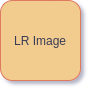
Before: system_structure.png, a diagram exported from draw.io (Howeng98/Demosaicing_SuperResolution). Source tidied: cells renumbered, new cells last; positions are measured from the earlier drawing's top-left corner, leaving out a move shared by most shapes. Its diagram source:
```xml
<mxGraphModel shadow="1">
  <root>
    <mxCell id="0" />
    <mxCell id="1" parent="0" />
    <mxCell id="2" value="LR Image" style="whiteSpace=wrap;html=1;fillColor=#F2CC8F;strokeColor=#E07A5F;fontColor=#393C56;rounded=1;" parent="1" vertex="1">
      <mxGeometry width="80" height="80" as="geometry" />
    </mxCell>
  </root>
</mxGraphModel>
```
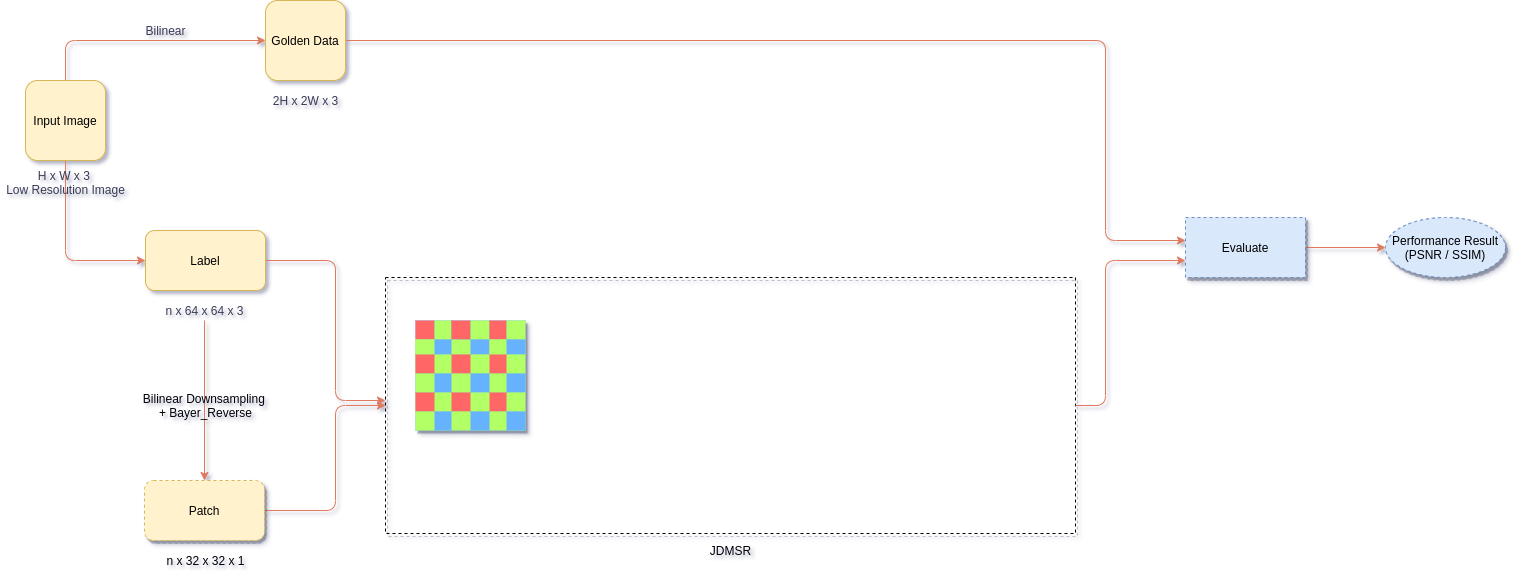
The same file after the commit.

The edit, as a diff of the source:
```diff
@@ -2,8 +2,231 @@
   <root>
     <mxCell id="0" />
     <mxCell id="1" parent="0" />
+    <mxCell id="3" style="whiteSpace=wrap;html=1;rounded=0;shadow=1;dashed=1;sketch=0;startSize=0;strokeColor=#000000;fillColor=none;gradientColor=none;" parent="1" vertex="1">
+      <mxGeometry x="360" y="197" width="690" height="256" as="geometry" />
+    </mxCell>
+    <mxCell id="4" style="edgeStyle=orthogonalEdgeStyle;rounded=1;jettySize=auto;html=1;fontColor=#393C56;strokeColor=#E07A5F;fillColor=#F2CC8F;" parent="1" edge="1" source="2" target="7">
+      <mxGeometry relative="1" as="geometry">
+        <Array as="points">
+          <mxPoint x="40" y="-40" />
+        </Array>
+      </mxGeometry>
+    </mxCell>
+    <mxCell id="5" style="edgeStyle=orthogonalEdgeStyle;rounded=1;jettySize=auto;html=1;fontColor=#393C56;strokeColor=#E07A5F;fillColor=#F2CC8F;" parent="1" edge="1" source="2" target="12">
+      <mxGeometry relative="1" as="geometry">
+        <Array as="points">
+          <mxPoint x="40" y="180" />
+        </Array>
+      </mxGeometry>
+    </mxCell>
-    <mxCell id="2" value="LR Image" style="whiteSpace=wrap;html=1;fillColor=#F2CC8F;strokeColor=#E07A5F;fontColor=#393C56;rounded=1;" parent="1" vertex="1">
+    <mxCell id="2" value="Input Image" style="whiteSpace=wrap;html=1;fillColor=#fff2cc;strokeColor=#d6b656;rounded=1;" parent="1" vertex="1">
       <mxGeometry width="80" height="80" as="geometry" />
     </mxCell>
+    <mxCell id="6" style="edgeStyle=orthogonalEdgeStyle;rounded=1;jettySize=auto;html=1;fontColor=#393C56;startSize=0;strokeColor=#E07A5F;fillColor=#F2CC8F;" parent="1" edge="1" source="7">
+      <mxGeometry relative="1" as="geometry">
+        <mxPoint x="1160" y="160" as="targetPoint" />
+        <Array as="points">
+          <mxPoint x="1080" y="-40" />
+          <mxPoint x="1080" y="160" />
+        </Array>
+      </mxGeometry>
+    </mxCell>
+    <mxCell id="7" value="Golden Data" style="whiteSpace=wrap;html=1;fillColor=#fff2cc;strokeColor=#d6b656;rounded=1;" parent="1" vertex="1">
+      <mxGeometry x="240" y="-80" width="80" height="80" as="geometry" />
+    </mxCell>
+    <mxCell id="8" value="Bilinear" style="text;html=1;align=center;verticalAlign=middle;fillColor=none;strokeColor=none;rounded=0;fontColor=#393C56;" parent="1" vertex="1">
+      <mxGeometry x="110" y="-60" width="60" height="20" as="geometry" />
+    </mxCell>
+    <mxCell id="9" value="H x W x 3 &lt;br&gt;Low Resolution Image" style="text;html=1;align=center;verticalAlign=middle;fillColor=none;strokeColor=none;rounded=0;fontColor=#393C56;" parent="1" vertex="1">
+      <mxGeometry x="-25" y="87" width="130" height="30" as="geometry" />
+    </mxCell>
+    <mxCell id="10" value="2H x 2W x 3" style="text;html=1;align=center;verticalAlign=middle;fillColor=none;strokeColor=none;rounded=0;fontColor=#393C56;" parent="1" vertex="1">
+      <mxGeometry x="240" y="10" width="80" height="20" as="geometry" />
+    </mxCell>
+    <mxCell id="11" style="edgeStyle=orthogonalEdgeStyle;rounded=1;jettySize=auto;html=1;fontColor=#393C56;strokeColor=#E07A5F;fillColor=#F2CC8F;" parent="1" edge="1" source="12">
+      <mxGeometry relative="1" as="geometry">
+        <mxPoint x="360" y="320" as="targetPoint" />
+        <Array as="points">
+          <mxPoint x="310" y="180" />
+          <mxPoint x="310" y="320" />
+        </Array>
+      </mxGeometry>
+    </mxCell>
+    <mxCell id="12" value="Label" style="rounded=1;whiteSpace=wrap;html=1;strokeColor=#d6b656;fillColor=#fff2cc;" parent="1" vertex="1">
+      <mxGeometry x="120" y="150" width="120" height="60" as="geometry" />
+    </mxCell>
+    <mxCell id="13" style="edgeStyle=orthogonalEdgeStyle;rounded=1;jettySize=auto;html=1;fontColor=#393C56;startSize=0;strokeColor=#E07A5F;fillColor=#F2CC8F;" parent="1" edge="1" source="14" target="59">
+      <mxGeometry relative="1" as="geometry" />
+    </mxCell>
+    <mxCell id="14" value="n x 64 x 64 x 3" style="text;html=1;align=center;verticalAlign=middle;points=[];fillColor=none;strokeColor=none;rounded=0;fontColor=#393C56;" parent="1" vertex="1">
+      <mxGeometry x="134" y="220" width="90" height="20" as="geometry" />
+    </mxCell>
+    <mxCell id="15" style="shape=table;html=1;whiteSpace=wrap;startSize=0;shadow=1;sketch=0;rounded=0;swimlaneFillColor=none;fillColor=#66B2FF;dashed=1;strokeColor=none;" parent="1" vertex="1">
+      <mxGeometry x="390" y="240" width="110" height="110" as="geometry" />
+    </mxCell>
+    <mxCell id="16" style="shape=partialRectangle;html=1;whiteSpace=wrap;fillColor=none;top=0;left=0;bottom=0;right=0;" parent="15" vertex="1">
+      <mxGeometry width="110" height="19" as="geometry" />
+    </mxCell>
+    <mxCell id="17" style="shape=partialRectangle;html=1;whiteSpace=wrap;overflow=hidden;top=0;left=0;bottom=0;right=0;strokeColor=#b85450;fillColor=#FF6666;" parent="16" vertex="1">
+      <mxGeometry width="19" height="19" as="geometry" />
+    </mxCell>
+    <mxCell id="18" style="shape=partialRectangle;html=1;whiteSpace=wrap;overflow=hidden;top=0;left=0;bottom=0;right=0;strokeColor=#82b366;fillColor=#B3FF66;" parent="16" vertex="1">
+      <mxGeometry x="19" width="17" height="19" as="geometry" />
+    </mxCell>
+    <mxCell id="19" style="shape=partialRectangle;html=1;whiteSpace=wrap;overflow=hidden;top=0;left=0;bottom=0;right=0;fillColor=#FF6666;" parent="16" vertex="1">
+      <mxGeometry x="36" width="19" height="19" as="geometry" />
+    </mxCell>
+    <mxCell id="20" style="shape=partialRectangle;html=1;whiteSpace=wrap;overflow=hidden;top=0;left=0;bottom=0;right=0;fillColor=#B3FF66;" parent="16" vertex="1">
+      <mxGeometry x="55" width="19" height="19" as="geometry" />
+    </mxCell>
+    <mxCell id="21" style="shape=partialRectangle;html=1;whiteSpace=wrap;overflow=hidden;top=0;left=0;bottom=0;right=0;fillColor=#FF6666;" parent="16" vertex="1">
+      <mxGeometry x="74" width="17" height="19" as="geometry" />
+    </mxCell>
+    <mxCell id="22" style="shape=partialRectangle;html=1;whiteSpace=wrap;overflow=hidden;top=0;left=0;bottom=0;right=0;fillColor=#B3FF66;" parent="16" vertex="1">
+      <mxGeometry x="91" width="19" height="19" as="geometry" />
+    </mxCell>
+    <mxCell id="23" style="shape=partialRectangle;html=1;whiteSpace=wrap;top=0;left=0;bottom=0;right=0;fillColor=#B3FF66;" parent="15" vertex="1">
+      <mxGeometry y="19" width="110" height="15" as="geometry" />
+    </mxCell>
+    <mxCell id="24" style="shape=partialRectangle;html=1;whiteSpace=wrap;overflow=hidden;top=0;left=0;bottom=0;right=0;strokeColor=#82b366;fillColor=#B3FF66;" parent="23" vertex="1">
+      <mxGeometry width="19" height="15" as="geometry" />
+    </mxCell>
+    <mxCell id="25" style="shape=partialRectangle;html=1;whiteSpace=wrap;overflow=hidden;top=0;left=0;bottom=0;right=0;strokeColor=#6c8ebf;fillColor=#66B2FF;" parent="23" vertex="1">
+      <mxGeometry x="19" width="17" height="15" as="geometry" />
+    </mxCell>
+    <mxCell id="26" style="shape=partialRectangle;html=1;whiteSpace=wrap;overflow=hidden;fillColor=none;top=0;left=0;bottom=0;right=0;" parent="23" vertex="1">
+      <mxGeometry x="36" width="19" height="15" as="geometry" />
+    </mxCell>
+    <mxCell id="27" style="shape=partialRectangle;html=1;whiteSpace=wrap;overflow=hidden;top=0;left=0;bottom=0;right=0;strokeColor=none;fillColor=#66B2FF;" parent="23" vertex="1">
+      <mxGeometry x="55" width="19" height="15" as="geometry" />
+    </mxCell>
+    <mxCell id="28" style="shape=partialRectangle;html=1;whiteSpace=wrap;overflow=hidden;top=0;left=0;bottom=0;right=0;fillColor=#B3FF66;strokeColor=none;" parent="23" vertex="1">
+      <mxGeometry x="74" width="17" height="15" as="geometry" />
+    </mxCell>
+    <mxCell id="29" style="shape=partialRectangle;html=1;whiteSpace=wrap;overflow=hidden;top=0;left=0;bottom=0;right=0;strokeColor=none;fillColor=#66B2FF;" parent="23" vertex="1">
+      <mxGeometry x="91" width="19" height="15" as="geometry" />
+    </mxCell>
+    <mxCell id="30" style="shape=partialRectangle;html=1;whiteSpace=wrap;top=0;left=0;bottom=0;right=0;strokeColor=none;fillColor=#B3FF66;" parent="15" vertex="1">
+      <mxGeometry y="34" width="110" height="19" as="geometry" />
+    </mxCell>
+    <mxCell id="31" style="shape=partialRectangle;html=1;whiteSpace=wrap;overflow=hidden;top=0;left=0;bottom=0;right=0;strokeColor=none;fillColor=#FF6666;" parent="30" vertex="1">
+      <mxGeometry width="19" height="19" as="geometry" />
+    </mxCell>
+    <mxCell id="32" style="shape=partialRectangle;html=1;whiteSpace=wrap;overflow=hidden;fillColor=none;top=0;left=0;bottom=0;right=0;" parent="30" vertex="1">
+      <mxGeometry x="19" width="17" height="19" as="geometry" />
+    </mxCell>
+    <mxCell id="33" style="shape=partialRectangle;html=1;whiteSpace=wrap;overflow=hidden;top=0;left=0;bottom=0;right=0;fillColor=#FF6666;" parent="30" vertex="1">
+      <mxGeometry x="36" width="19" height="19" as="geometry" />
+    </mxCell>
+    <mxCell id="34" style="shape=partialRectangle;html=1;whiteSpace=wrap;overflow=hidden;fillColor=none;top=0;left=0;bottom=0;right=0;" parent="30" vertex="1">
+      <mxGeometry x="55" width="19" height="19" as="geometry" />
+    </mxCell>
+    <mxCell id="35" style="shape=partialRectangle;html=1;whiteSpace=wrap;overflow=hidden;top=0;left=0;bottom=0;right=0;fillColor=#FF6666;" parent="30" vertex="1">
+      <mxGeometry x="74" width="17" height="19" as="geometry" />
+    </mxCell>
+    <mxCell id="36" style="shape=partialRectangle;html=1;whiteSpace=wrap;overflow=hidden;fillColor=none;top=0;left=0;bottom=0;right=0;" parent="30" vertex="1">
+      <mxGeometry x="91" width="19" height="19" as="geometry" />
+    </mxCell>
+    <mxCell id="37" style="shape=partialRectangle;html=1;whiteSpace=wrap;top=0;left=0;bottom=0;right=0;fillColor=#B3FF66;strokeColor=none;" parent="15" vertex="1">
+      <mxGeometry y="53" width="110" height="19" as="geometry" />
+    </mxCell>
+    <mxCell id="38" style="shape=partialRectangle;html=1;whiteSpace=wrap;overflow=hidden;fillColor=none;top=0;left=0;bottom=0;right=0;" parent="37" vertex="1">
+      <mxGeometry width="19" height="19" as="geometry" />
+    </mxCell>
+    <mxCell id="39" style="shape=partialRectangle;html=1;whiteSpace=wrap;overflow=hidden;top=0;left=0;bottom=0;right=0;fillColor=#66B2FF;" parent="37" vertex="1">
+      <mxGeometry x="19" width="17" height="19" as="geometry" />
+    </mxCell>
+    <mxCell id="40" style="shape=partialRectangle;html=1;whiteSpace=wrap;overflow=hidden;fillColor=none;top=0;left=0;bottom=0;right=0;strokeColor=none;" parent="37" vertex="1">
+      <mxGeometry x="36" width="19" height="19" as="geometry" />
+    </mxCell>
+    <mxCell id="41" style="shape=partialRectangle;html=1;whiteSpace=wrap;overflow=hidden;top=0;left=0;bottom=0;right=0;fillColor=#66B2FF;" parent="37" vertex="1">
+      <mxGeometry x="55" width="19" height="19" as="geometry" />
+    </mxCell>
+    <mxCell id="42" style="shape=partialRectangle;html=1;whiteSpace=wrap;overflow=hidden;fillColor=none;top=0;left=0;bottom=0;right=0;" parent="37" vertex="1">
+      <mxGeometry x="74" width="17" height="19" as="geometry" />
+    </mxCell>
+    <mxCell id="43" style="shape=partialRectangle;html=1;whiteSpace=wrap;overflow=hidden;top=0;left=0;bottom=0;right=0;fillColor=#66B2FF;" parent="37" vertex="1">
+      <mxGeometry x="91" width="19" height="19" as="geometry" />
+    </mxCell>
+    <mxCell id="44" style="shape=partialRectangle;html=1;whiteSpace=wrap;top=0;left=0;bottom=0;right=0;fillColor=#B3FF66;strokeColor=none;" parent="15" vertex="1">
+      <mxGeometry y="72" width="110" height="19" as="geometry" />
+    </mxCell>
+    <mxCell id="45" style="shape=partialRectangle;html=1;whiteSpace=wrap;overflow=hidden;top=0;left=0;bottom=0;right=0;fillColor=#FF6666;" parent="44" vertex="1">
+      <mxGeometry width="19" height="19" as="geometry" />
+    </mxCell>
+    <mxCell id="46" style="shape=partialRectangle;html=1;whiteSpace=wrap;overflow=hidden;fillColor=none;top=0;left=0;bottom=0;right=0;" parent="44" vertex="1">
+      <mxGeometry x="19" width="17" height="19" as="geometry" />
+    </mxCell>
+    <mxCell id="47" style="shape=partialRectangle;html=1;whiteSpace=wrap;overflow=hidden;top=0;left=0;bottom=0;right=0;fillColor=#FF6666;" parent="44" vertex="1">
+      <mxGeometry x="36" width="19" height="19" as="geometry" />
+    </mxCell>
+    <mxCell id="48" style="shape=partialRectangle;html=1;whiteSpace=wrap;overflow=hidden;fillColor=none;top=0;left=0;bottom=0;right=0;" parent="44" vertex="1">
+      <mxGeometry x="55" width="19" height="19" as="geometry" />
+    </mxCell>
+    <mxCell id="49" style="shape=partialRectangle;html=1;whiteSpace=wrap;overflow=hidden;top=0;left=0;bottom=0;right=0;fillColor=#FF6666;" parent="44" vertex="1">
+      <mxGeometry x="74" width="17" height="19" as="geometry" />
+    </mxCell>
+    <mxCell id="50" style="shape=partialRectangle;html=1;whiteSpace=wrap;overflow=hidden;fillColor=none;top=0;left=0;bottom=0;right=0;" parent="44" vertex="1">
+      <mxGeometry x="91" width="19" height="19" as="geometry" />
+    </mxCell>
+    <mxCell id="51" style="shape=partialRectangle;html=1;whiteSpace=wrap;top=0;left=0;bottom=0;right=0;strokeColor=none;fillColor=#B3FF66;" parent="15" vertex="1">
+      <mxGeometry y="91" width="110" height="19" as="geometry" />
+    </mxCell>
+    <mxCell id="52" style="shape=partialRectangle;html=1;whiteSpace=wrap;overflow=hidden;fillColor=none;top=0;left=0;bottom=0;right=0;" parent="51" vertex="1">
+      <mxGeometry width="19" height="19" as="geometry" />
+    </mxCell>
+    <mxCell id="53" style="shape=partialRectangle;html=1;whiteSpace=wrap;overflow=hidden;top=0;left=0;bottom=0;right=0;fillColor=#66B2FF;" parent="51" vertex="1">
+      <mxGeometry x="19" width="17" height="19" as="geometry" />
+    </mxCell>
+    <mxCell id="54" style="shape=partialRectangle;html=1;whiteSpace=wrap;overflow=hidden;fillColor=none;top=0;left=0;bottom=0;right=0;" parent="51" vertex="1">
+      <mxGeometry x="36" width="19" height="19" as="geometry" />
+    </mxCell>
+    <mxCell id="55" style="shape=partialRectangle;html=1;whiteSpace=wrap;overflow=hidden;top=0;left=0;bottom=0;right=0;fillColor=#66B2FF;" parent="51" vertex="1">
+      <mxGeometry x="55" width="19" height="19" as="geometry" />
+    </mxCell>
+    <mxCell id="56" style="shape=partialRectangle;html=1;whiteSpace=wrap;overflow=hidden;fillColor=none;top=0;left=0;bottom=0;right=0;" parent="51" vertex="1">
+      <mxGeometry x="74" width="17" height="19" as="geometry" />
+    </mxCell>
+    <mxCell id="57" style="shape=partialRectangle;html=1;whiteSpace=wrap;overflow=hidden;top=0;left=0;bottom=0;right=0;fillColor=#66B2FF;" parent="51" vertex="1">
+      <mxGeometry x="91" width="19" height="19" as="geometry" />
+    </mxCell>
+    <mxCell id="58" style="edgeStyle=orthogonalEdgeStyle;rounded=1;jettySize=auto;html=1;fontColor=#393C56;startSize=0;strokeColor=#E07A5F;fillColor=#F2CC8F;entryX=0;entryY=0.5;entryDx=0;entryDy=0;" parent="1" edge="1" source="59" target="3">
+      <mxGeometry relative="1" as="geometry">
+        <Array as="points">
+          <mxPoint x="310" y="430" />
+          <mxPoint x="310" y="325" />
+        </Array>
+      </mxGeometry>
+    </mxCell>
+    <mxCell id="59" value="Patch" style="whiteSpace=wrap;html=1;rounded=1;shadow=1;dashed=1;sketch=0;startSize=0;strokeColor=#d6b656;fillColor=#fff2cc;" parent="1" vertex="1">
+      <mxGeometry x="119" y="400" width="120" height="60" as="geometry" />
+    </mxCell>
+    <mxCell id="60" value="Bilinear Downsampling &lt;br&gt;+ Bayer_Reverse" style="text;html=1;align=center;verticalAlign=middle;rounded=0;shadow=1;dashed=1;sketch=0;startSize=0;" parent="1" vertex="1">
+      <mxGeometry x="110" y="310" width="140" height="30" as="geometry" />
+    </mxCell>
+    <mxCell id="61" value="n x 32 x 32 x 1" style="text;html=1;align=center;verticalAlign=middle;fillColor=none;strokeColor=none;rounded=0;shadow=1;dashed=1;sketch=0;startSize=0;" parent="1" vertex="1">
+      <mxGeometry x="135" y="470" width="90" height="20" as="geometry" />
+    </mxCell>
+    <mxCell id="62" style="edgeStyle=orthogonalEdgeStyle;rounded=1;jettySize=auto;html=1;fontColor=#393C56;startSize=0;strokeColor=#E07A5F;fillColor=#F2CC8F;" parent="1" edge="1" source="3">
+      <mxGeometry relative="1" as="geometry">
+        <mxPoint x="1160" y="180" as="targetPoint" />
+        <Array as="points">
+          <mxPoint x="1080" y="325" />
+          <mxPoint x="1080" y="180" />
+        </Array>
+      </mxGeometry>
+    </mxCell>
+    <mxCell id="63" value="JDMSR" style="text;html=1;align=center;verticalAlign=middle;fillColor=none;strokeColor=none;rounded=0;shadow=1;dashed=1;sketch=0;startSize=0;" parent="1" vertex="1">
+      <mxGeometry x="675" y="460" width="60" height="20" as="geometry" />
+    </mxCell>
+    <mxCell id="64" style="edgeStyle=orthogonalEdgeStyle;rounded=1;jettySize=auto;html=1;fontColor=#393C56;startSize=0;strokeColor=#E07A5F;fillColor=#F2CC8F;" parent="1" edge="1" source="65" target="66">
+      <mxGeometry relative="1" as="geometry" />
+    </mxCell>
+    <mxCell id="65" value="Evaluate" style="whiteSpace=wrap;html=1;rounded=0;shadow=1;dashed=1;sketch=0;startSize=0;strokeColor=#6c8ebf;fillColor=#dae8fc;" parent="1" vertex="1">
+      <mxGeometry x="1160" y="137" width="120" height="60" as="geometry" />
+    </mxCell>
+    <mxCell id="66" value="Performance Result&lt;br&gt;(PSNR / SSIM)" style="ellipse;whiteSpace=wrap;html=1;rounded=0;shadow=1;dashed=1;strokeColor=#6c8ebf;fillColor=#dae8fc;startSize=0;sketch=0;" parent="1" vertex="1">
+      <mxGeometry x="1360" y="137" width="120" height="60" as="geometry" />
+    </mxCell>
   </root>
 </mxGraphModel>
```
